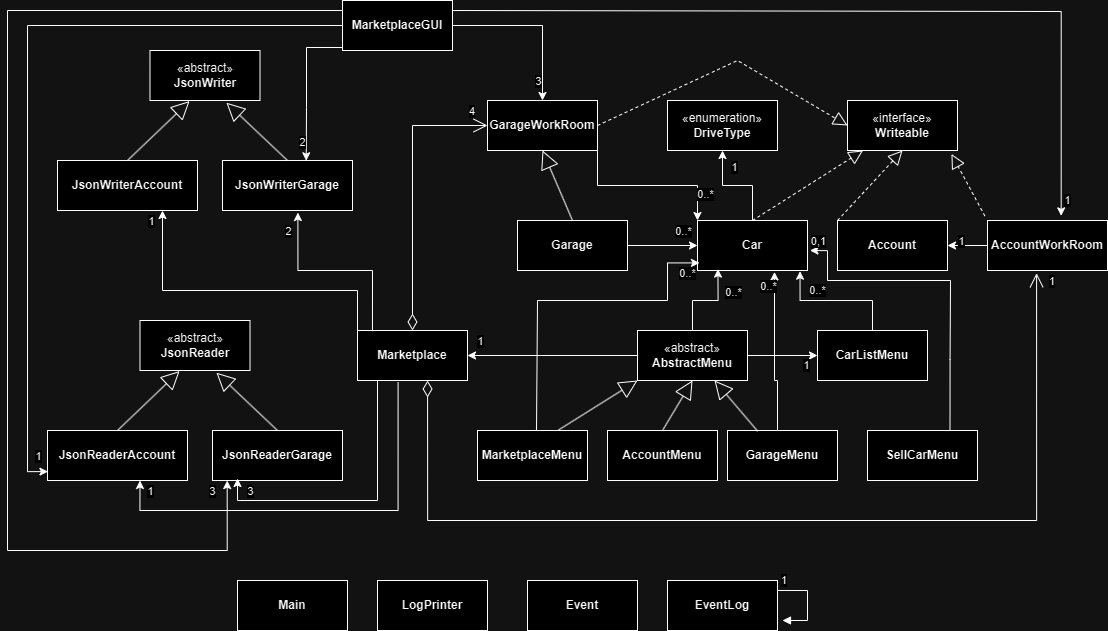
The draw.io diagram UML_Design_Diagram.png in alex-y8/AutoMarket, before a commit. Source tidied: cells renumbered, new cells last; positions are measured from the earlier drawing's top-left corner, leaving out a move shared by most shapes.
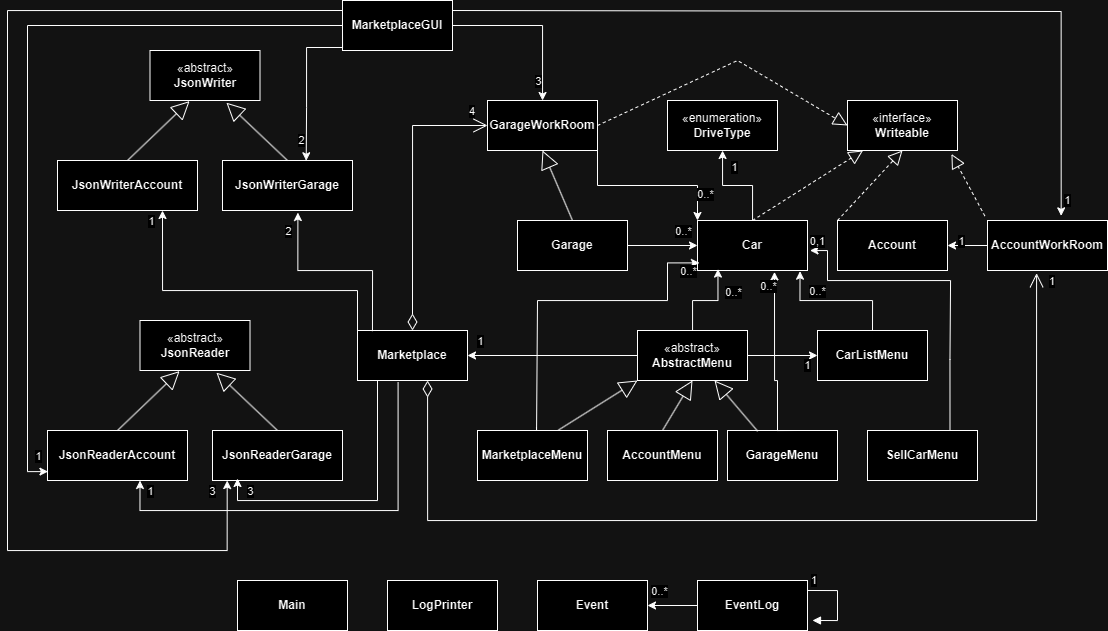
Above is the later version.

Commit message:
Update UML diagram

What changed in the source:
```diff
@@ -46,10 +46,10 @@
       <mxGeometry relative="1" as="geometry" />
     </mxCell>
     <mxCell id="15" value="&lt;b&gt;Event&lt;/b&gt;" style="html=1;whiteSpace=wrap;" parent="1" vertex="1">
-      <mxGeometry x="520" y="580" width="110" height="50" as="geometry" />
+      <mxGeometry x="530" y="580" width="110" height="50" as="geometry" />
     </mxCell>
     <mxCell id="16" style="group;" parent="1" vertex="1">
-      <mxGeometry x="660" y="580" width="140" height="50" as="geometry" />
+      <mxGeometry x="690" y="580" width="140" height="50" as="geometry" />
     </mxCell>
     <mxCell id="17" value="1" style="html=1;align=left;spacingLeft=2;endArrow=block;rounded=0;edgeStyle=orthogonalEdgeStyle;curved=0;rounded=0;" parent="16" edge="1">
       <mxGeometry x="-1" y="10" relative="1" as="geometry">
@@ -199,7 +199,7 @@
       </mxGeometry>
     </mxCell>
     <mxCell id="54" value="&lt;b&gt;LogPrinter&lt;/b&gt;" style="html=1;whiteSpace=wrap;" parent="1" vertex="1">
-      <mxGeometry x="370" y="580" width="110" height="50" as="geometry" />
+      <mxGeometry x="380" y="580" width="110" height="50" as="geometry" />
     </mxCell>
     <mxCell id="55" value="4" style="endArrow=open;html=1;endSize=12;startArrow=diamondThin;startSize=14;startFill=0;edgeStyle=orthogonalEdgeStyle;align=left;verticalAlign=bottom;rounded=0;entryX=0;entryY=0.5;entryDx=0;entryDy=0;exitX=0.5;exitY=0;exitDx=0;exitDy=0;" parent="1" edge="1" source="47" target="22">
       <mxGeometry x="0.86" y="5" relative="1" as="geometry" />
@@ -376,5 +376,13 @@
         <mxPoint x="-40" y="-37" as="offset" />
       </mxGeometry>
     </mxCell>
+    <mxCell id="83" style="edgeStyle=orthogonalEdgeStyle;rounded=0;jettySize=auto;html=1;" parent="1" edge="1" source="18" target="15">
+      <mxGeometry relative="1" as="geometry" />
+    </mxCell>
+    <mxCell id="84" value="0..*" style="edgeLabel;html=1;align=center;verticalAlign=middle;" parent="83" vertex="1">
+      <mxGeometry x="0.56" y="-1" relative="1" as="geometry">
+        <mxPoint y="-14" as="offset" />
+      </mxGeometry>
+    </mxCell>
   </root>
 </mxGraphModel>
```
